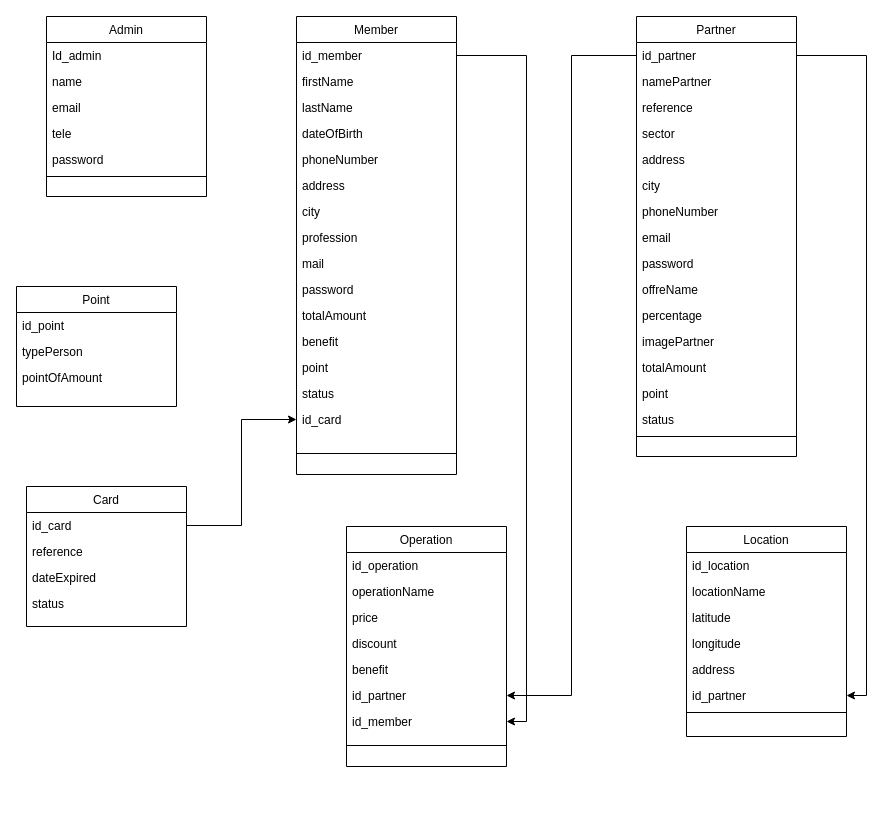
Above: Untitled Diagram.drawio in soukrat/diagram-yana (draw.io), before the change. Source tidied: cells renumbered, new cells numbered last; positions are measured from the earlier drawing's top-left corner, leaving out a move shared by most shapes. Both pictures are drawn from the tidied source at 100%, with x=0, y=0 at pixel (16, 16).
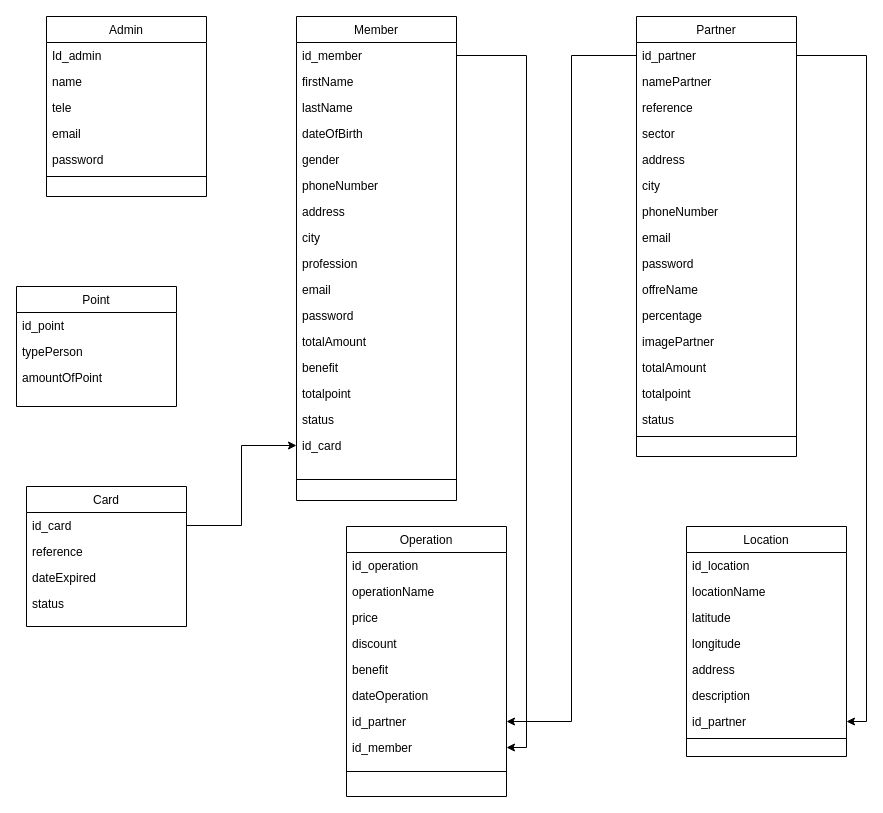
After the change.

Unchanged cells that the change refers to:
```xml
<mxCell id="2" value="Admin" style="swimlane;fontStyle=0;align=center;verticalAlign=top;horizontal=1;startSize=26;rounded=0;shadow=0;strokeWidth=1;" parent="1" vertex="1">
  <mxGeometry x="30" width="160" height="180" as="geometry" />
</mxCell>
<mxCell id="31" value="Partner" style="swimlane;fontStyle=0;align=center;verticalAlign=top;horizontal=1;startSize=26;rounded=0;shadow=0;strokeWidth=1;" parent="1" vertex="1">
  <mxGeometry x="620" width="160" height="440" as="geometry" />
</mxCell>
<mxCell id="69" value="Point" style="swimlane;fontStyle=0;align=center;verticalAlign=top;horizontal=1;startSize=26;rounded=0;shadow=0;strokeWidth=1;" parent="1" vertex="1">
  <mxGeometry y="270" width="160" height="120" as="geometry" />
</mxCell>
```

Change to the diagram source:
```diff
@@
+    <mxCell id="6" value="tele" style="text;align=left;verticalAlign=top;spacingLeft=4;spacingRight=4;overflow=hidden;rounded=0;shadow=0;html=0;" parent="2" vertex="1">
+      <mxGeometry y="78" width="160" height="26" as="geometry" />
+    </mxCell>
     <mxCell id="5" value="email" style="text;align=left;verticalAlign=top;spacingLeft=4;spacingRight=4;overflow=hidden;rounded=0;shadow=0;html=0;" parent="2" vertex="1">
-      <mxGeometry y="78" width="160" height="26" as="geometry" />
+      <mxGeometry y="104" width="160" height="26" as="geometry" />
     </mxCell>
-    <mxCell id="6" value="tele" style="text;align=left;verticalAlign=top;spacingLeft=4;spacingRight=4;overflow=hidden;rounded=0;shadow=0;html=0;" parent="2" vertex="1">
-      <mxGeometry y="104" width="160" height="26" as="geometry" />
-    </mxCell>
@@
     <mxCell id="9" value="Member" style="swimlane;fontStyle=0;align=center;verticalAlign=top;horizontal=1;startSize=26;rounded=0;shadow=0;strokeWidth=1;" parent="1" vertex="1">
-      <mxGeometry x="280" width="160" height="458" as="geometry" />
+      <mxGeometry x="280" width="160" height="484" as="geometry" />
     </mxCell>
@@
+    <mxCell id="73" value="gender" style="text;align=left;verticalAlign=top;spacingLeft=4;spacingRight=4;overflow=hidden;rounded=0;shadow=0;html=0;" parent="9" vertex="1">
+      <mxGeometry y="130" width="160" height="26" as="geometry" />
+    </mxCell>
     <mxCell id="14" value="phoneNumber" style="text;align=left;verticalAlign=top;spacingLeft=4;spacingRight=4;overflow=hidden;rounded=0;shadow=0;html=0;" parent="9" vertex="1">
-      <mxGeometry y="130" width="160" height="26" as="geometry" />
+      <mxGeometry y="156" width="160" height="26" as="geometry" />
     </mxCell>
     <mxCell id="15" value="address" style="text;align=left;verticalAlign=top;spacingLeft=4;spacingRight=4;overflow=hidden;rounded=0;shadow=0;html=0;" parent="9" vertex="1">
-      <mxGeometry y="156" width="160" height="26" as="geometry" />
+      <mxGeometry y="182" width="160" height="26" as="geometry" />
     </mxCell>
     <mxCell id="16" value="city" style="text;align=left;verticalAlign=top;spacingLeft=4;spacingRight=4;overflow=hidden;rounded=0;shadow=0;html=0;" parent="9" vertex="1">
-      <mxGeometry y="182" width="160" height="26" as="geometry" />
+      <mxGeometry y="208" width="160" height="26" as="geometry" />
     </mxCell>
     <mxCell id="17" value="profession" style="text;align=left;verticalAlign=top;spacingLeft=4;spacingRight=4;overflow=hidden;rounded=0;shadow=0;html=0;" parent="9" vertex="1">
-      <mxGeometry y="208" width="160" height="26" as="geometry" />
+      <mxGeometry y="234" width="160" height="26" as="geometry" />
     </mxCell>
-    <mxCell id="18" value="mail" style="text;align=left;verticalAlign=top;spacingLeft=4;spacingRight=4;overflow=hidden;rounded=0;shadow=0;html=0;" parent="9" vertex="1">
-      <mxGeometry y="234" width="160" height="26" as="geometry" />
+    <mxCell id="18" value="email" style="text;align=left;verticalAlign=top;spacingLeft=4;spacingRight=4;overflow=hidden;rounded=0;shadow=0;html=0;" parent="9" vertex="1">
+      <mxGeometry y="260" width="160" height="26" as="geometry" />
     </mxCell>
     <mxCell id="19" value="password" style="text;align=left;verticalAlign=top;spacingLeft=4;spacingRight=4;overflow=hidden;rounded=0;shadow=0;html=0;" parent="9" vertex="1">
-      <mxGeometry y="260" width="160" height="26" as="geometry" />
+      <mxGeometry y="286" width="160" height="26" as="geometry" />
     </mxCell>
     <mxCell id="20" value="totalAmount" style="text;align=left;verticalAlign=top;spacingLeft=4;spacingRight=4;overflow=hidden;rounded=0;shadow=0;html=0;" parent="9" vertex="1">
-      <mxGeometry y="286" width="160" height="26" as="geometry" />
+      <mxGeometry y="312" width="160" height="26" as="geometry" />
     </mxCell>
     <mxCell id="21" value="benefit" style="text;align=left;verticalAlign=top;spacingLeft=4;spacingRight=4;overflow=hidden;rounded=0;shadow=0;html=0;" parent="9" vertex="1">
-      <mxGeometry y="312" width="160" height="26" as="geometry" />
+      <mxGeometry y="338" width="160" height="26" as="geometry" />
     </mxCell>
-    <mxCell id="22" value="point" style="text;align=left;verticalAlign=top;spacingLeft=4;spacingRight=4;overflow=hidden;rounded=0;shadow=0;html=0;" parent="9" vertex="1">
-      <mxGeometry y="338" width="160" height="26" as="geometry" />
+    <mxCell id="22" value="totalpoint" style="text;align=left;verticalAlign=top;spacingLeft=4;spacingRight=4;overflow=hidden;rounded=0;shadow=0;html=0;" parent="9" vertex="1">
+      <mxGeometry y="364" width="160" height="26" as="geometry" />
     </mxCell>
     <mxCell id="23" value="status" style="text;align=left;verticalAlign=top;spacingLeft=4;spacingRight=4;overflow=hidden;rounded=0;shadow=0;html=0;" parent="9" vertex="1">
-      <mxGeometry y="364" width="160" height="26" as="geometry" />
+      <mxGeometry y="390" width="160" height="26" as="geometry" />
     </mxCell>
     <mxCell id="24" value="id_card" style="text;align=left;verticalAlign=top;spacingLeft=4;spacingRight=4;overflow=hidden;points=[[0,0.5],[1,0.5]];portConstraint=eastwest;rounded=0;shadow=0;html=0;" parent="9" vertex="1">
-      <mxGeometry y="390" width="160" height="26" as="geometry" />
+      <mxGeometry y="416" width="160" height="26" as="geometry" />
     </mxCell>
     <mxCell id="25" style="line;html=1;strokeWidth=1;align=left;verticalAlign=middle;spacingTop=-1;spacingLeft=3;spacingRight=3;labelPosition=right;" parent="9" vertex="1">
-      <mxGeometry y="416" width="160" height="42" as="geometry" />
+      <mxGeometry y="442" width="160" height="42" as="geometry" />
     </mxCell>
@@
-    <mxCell id="45" value="point" style="text;align=left;verticalAlign=top;spacingLeft=4;spacingRight=4;overflow=hidden;rounded=0;shadow=0;html=0;" parent="31" vertex="1">
+    <mxCell id="45" value="totalpoint" style="text;align=left;verticalAlign=top;spacingLeft=4;spacingRight=4;overflow=hidden;rounded=0;shadow=0;html=0;" parent="31" vertex="1">
       <mxGeometry y="364" width="160" height="26" as="geometry" />
     </mxCell>
@@
     <mxCell id="48" value="Operation" style="swimlane;fontStyle=0;align=center;verticalAlign=top;horizontal=1;startSize=26;rounded=0;shadow=0;strokeWidth=1;" parent="1" vertex="1">
-      <mxGeometry x="330" y="510" width="160" height="240" as="geometry" />
+      <mxGeometry x="330" y="510" width="160" height="270" as="geometry" />
     </mxCell>
@@
+    <mxCell id="74" value="dateOperation" style="text;align=left;verticalAlign=top;spacingLeft=4;spacingRight=4;overflow=hidden;rounded=0;shadow=0;html=0;" parent="48" vertex="1">
+      <mxGeometry y="156" width="160" height="26" as="geometry" />
+    </mxCell>
     <mxCell id="54" value="id_partner" style="text;align=left;verticalAlign=top;spacingLeft=4;spacingRight=4;overflow=hidden;points=[[0,0.5],[1,0.5]];portConstraint=eastwest;rounded=0;shadow=0;html=0;" parent="48" vertex="1">
-      <mxGeometry y="156" width="160" height="26" as="geometry" />
+      <mxGeometry y="182" width="160" height="26" as="geometry" />
     </mxCell>
     <mxCell id="55" value="id_member" style="text;align=left;verticalAlign=top;spacingLeft=4;spacingRight=4;overflow=hidden;points=[[0,0.5],[1,0.5]];portConstraint=eastwest;rounded=0;shadow=0;html=0;" parent="48" vertex="1">
-      <mxGeometry y="182" width="160" height="26" as="geometry" />
+      <mxGeometry y="208" width="160" height="26" as="geometry" />
     </mxCell>
     <mxCell id="56" style="line;html=1;strokeWidth=1;align=left;verticalAlign=middle;spacingTop=-1;spacingLeft=3;spacingRight=3;labelPosition=right;" parent="48" vertex="1">
-      <mxGeometry y="208" width="160" height="22" as="geometry" />
+      <mxGeometry y="234" width="160" height="22" as="geometry" />
     </mxCell>
     <mxCell id="57" value="Location" style="swimlane;fontStyle=0;align=center;verticalAlign=top;horizontal=1;startSize=26;rounded=0;shadow=0;strokeWidth=1;" parent="1" vertex="1">
-      <mxGeometry x="670" y="510" width="160" height="210" as="geometry" />
+      <mxGeometry x="670" y="510" width="160" height="230" as="geometry" />
     </mxCell>
@@
+    <mxCell id="75" value="description" style="text;align=left;verticalAlign=top;spacingLeft=4;spacingRight=4;overflow=hidden;rounded=0;shadow=0;html=0;" parent="57" vertex="1">
+      <mxGeometry y="156" width="160" height="26" as="geometry" />
+    </mxCell>
     <mxCell id="63" value="id_partner" style="text;align=left;verticalAlign=top;spacingLeft=4;spacingRight=4;overflow=hidden;points=[[0,0.5],[1,0.5]];portConstraint=eastwest;rounded=0;shadow=0;html=0;" parent="57" vertex="1">
-      <mxGeometry y="156" width="160" height="26" as="geometry" />
+      <mxGeometry y="182" width="160" height="26" as="geometry" />
     </mxCell>
     <mxCell id="64" style="line;html=1;strokeWidth=1;align=left;verticalAlign=middle;spacingTop=-1;spacingLeft=3;spacingRight=3;labelPosition=right;" parent="57" vertex="1">
-      <mxGeometry y="182" width="160" height="8" as="geometry" />
+      <mxGeometry y="208" width="160" height="8" as="geometry" />
     </mxCell>
@@
-    <mxCell id="72" value="pointOfAmount" style="text;align=left;verticalAlign=top;spacingLeft=4;spacingRight=4;overflow=hidden;rounded=0;shadow=0;html=0;" parent="69" vertex="1">
+    <mxCell id="72" value="amountOfPoint" style="text;align=left;verticalAlign=top;spacingLeft=4;spacingRight=4;overflow=hidden;rounded=0;shadow=0;html=0;" parent="69" vertex="1">
       <mxGeometry y="78" width="160" height="26" as="geometry" />
     </mxCell>
```
